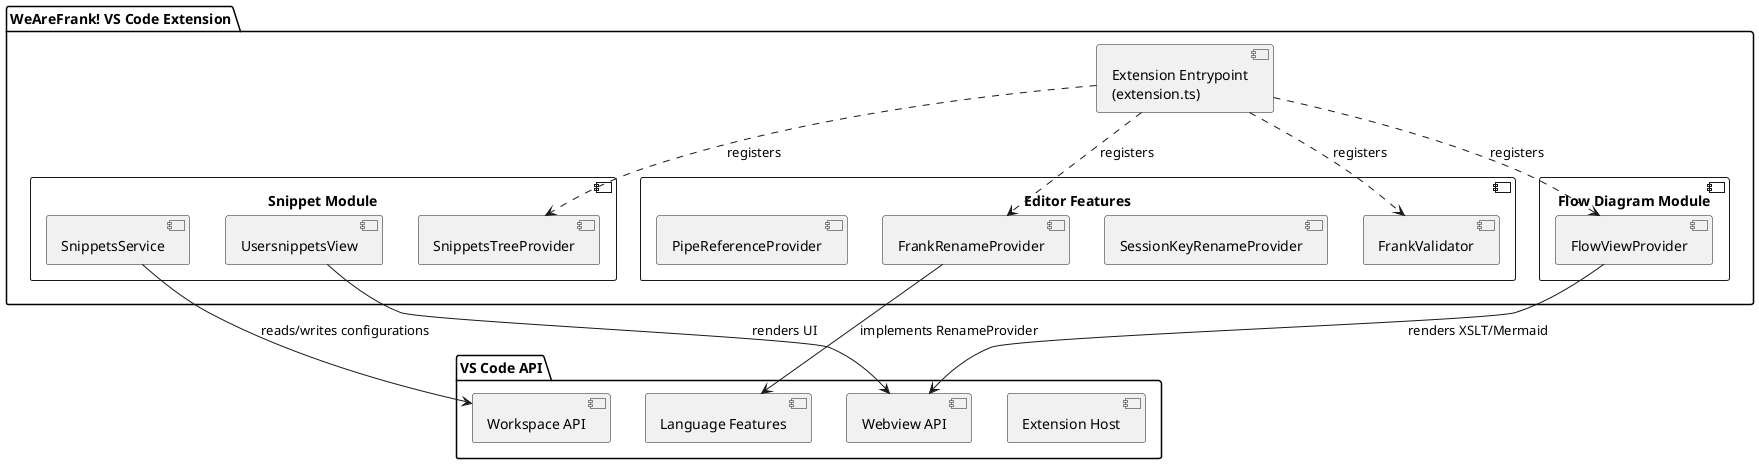
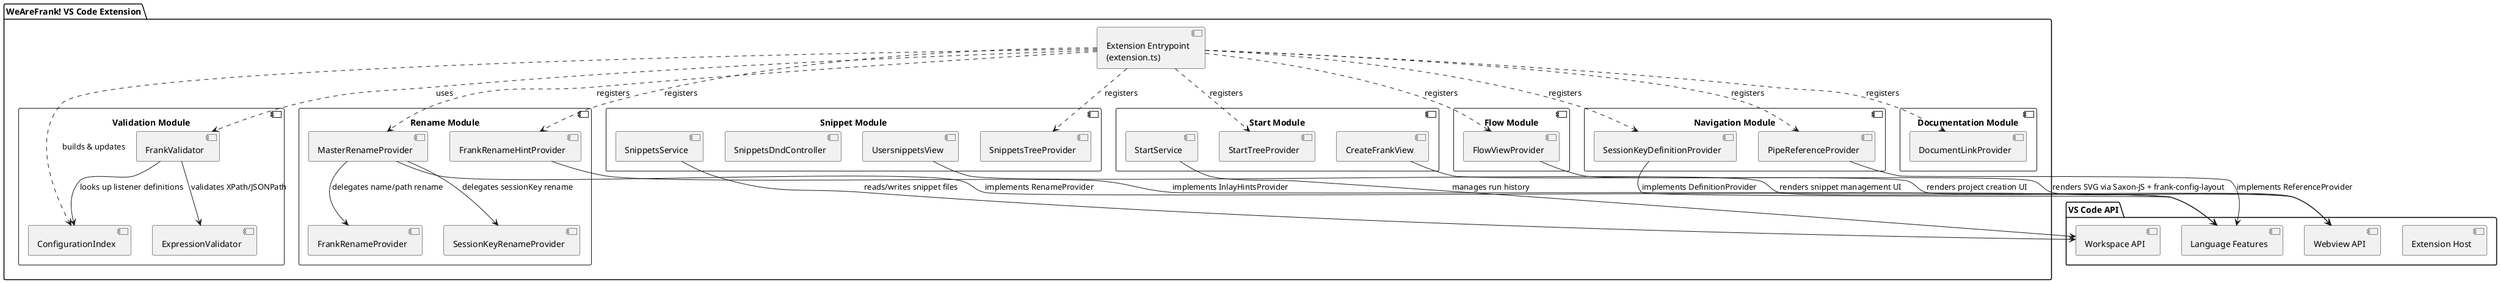
@startuml
skinparam componentStyle uml2
skinparam shadowing false

package "VS Code API" {
    [Extension Host]
    [Workspace API]
    [Webview API]
    [Language Features]
}

package "WeAreFrank! VS Code Extension" {
    [Extension Entrypoint\n(extension.ts)] as Entry

    component "Snippet Module" {
        [SnippetsTreeProvider]
        [SnippetsService]
+         [SnippetsDndController]
        [UsersnippetsView]
    }

-     component "Editor Features" {
+     component "Start Module" {
+         [StartService]
+         [StartTreeProvider]
+         [CreateFrankView]
+     }
+ 
+     component "Flow Module" {
+         [FlowViewProvider]
+     }
+ 
+     component "Validation Module" {
+         [FrankValidator]
+         [ConfigurationIndex]
+         [ExpressionValidator]
+     }
+ 
+     component "Rename Module" {
+         [MasterRenameProvider]
        [FrankRenameProvider]
        [SessionKeyRenameProvider]
-         [FrankValidator]
+         [FrankRenameHintProvider]
+     }
+ 
+     component "Navigation Module" {
+         [SessionKeyDefinitionProvider]
        [PipeReferenceProvider]
    }

-     component "Flow Diagram Module" {
-         [FlowViewProvider]
+     component "Documentation Module" {
+         [DocumentLinkProvider]
    }
}

Entry ..> [SnippetsTreeProvider] : registers
- Entry ..> [FrankRenameProvider] : registers
+ Entry ..> [StartTreeProvider] : registers
Entry ..> [FlowViewProvider] : registers
- Entry ..> [FrankValidator] : registers
+ Entry ..> [FrankValidator] : uses
+ Entry ..> [ConfigurationIndex] : builds & updates
+ Entry ..> [MasterRenameProvider] : registers
+ Entry ..> [FrankRenameHintProvider] : registers
+ Entry ..> [SessionKeyDefinitionProvider] : registers
+ Entry ..> [PipeReferenceProvider] : registers
+ Entry ..> [DocumentLinkProvider] : registers

- [FlowViewProvider] --> [Webview API] : renders XSLT/Mermaid
- [SnippetsService] --> [Workspace API] : reads/writes configurations
- [FrankRenameProvider] --> [Language Features] : implements RenameProvider
- [UsersnippetsView] --> [Webview API] : renders UI
- @enduml+ [MasterRenameProvider] --> [FrankRenameProvider] : delegates name/path rename
+ [MasterRenameProvider] --> [SessionKeyRenameProvider] : delegates sessionKey rename
+ [FrankValidator] --> [ExpressionValidator] : validates XPath/JSONPath
+ [FrankValidator] --> [ConfigurationIndex] : looks up listener definitions
+ 
+ [FlowViewProvider] --> [Webview API] : renders SVG via Saxon-JS + frank-config-layout
+ [SnippetsService] --> [Workspace API] : reads/writes snippet files
+ [UsersnippetsView] --> [Webview API] : renders snippet management UI
+ [CreateFrankView] --> [Webview API] : renders project creation UI
+ [StartService] --> [Workspace API] : manages run history
+ [MasterRenameProvider] --> [Language Features] : implements RenameProvider
+ [SessionKeyDefinitionProvider] --> [Language Features] : implements DefinitionProvider
+ [PipeReferenceProvider] --> [Language Features] : implements ReferenceProvider
+ [FrankRenameHintProvider] --> [Language Features] : implements InlayHintsProvider
+ @enduml
